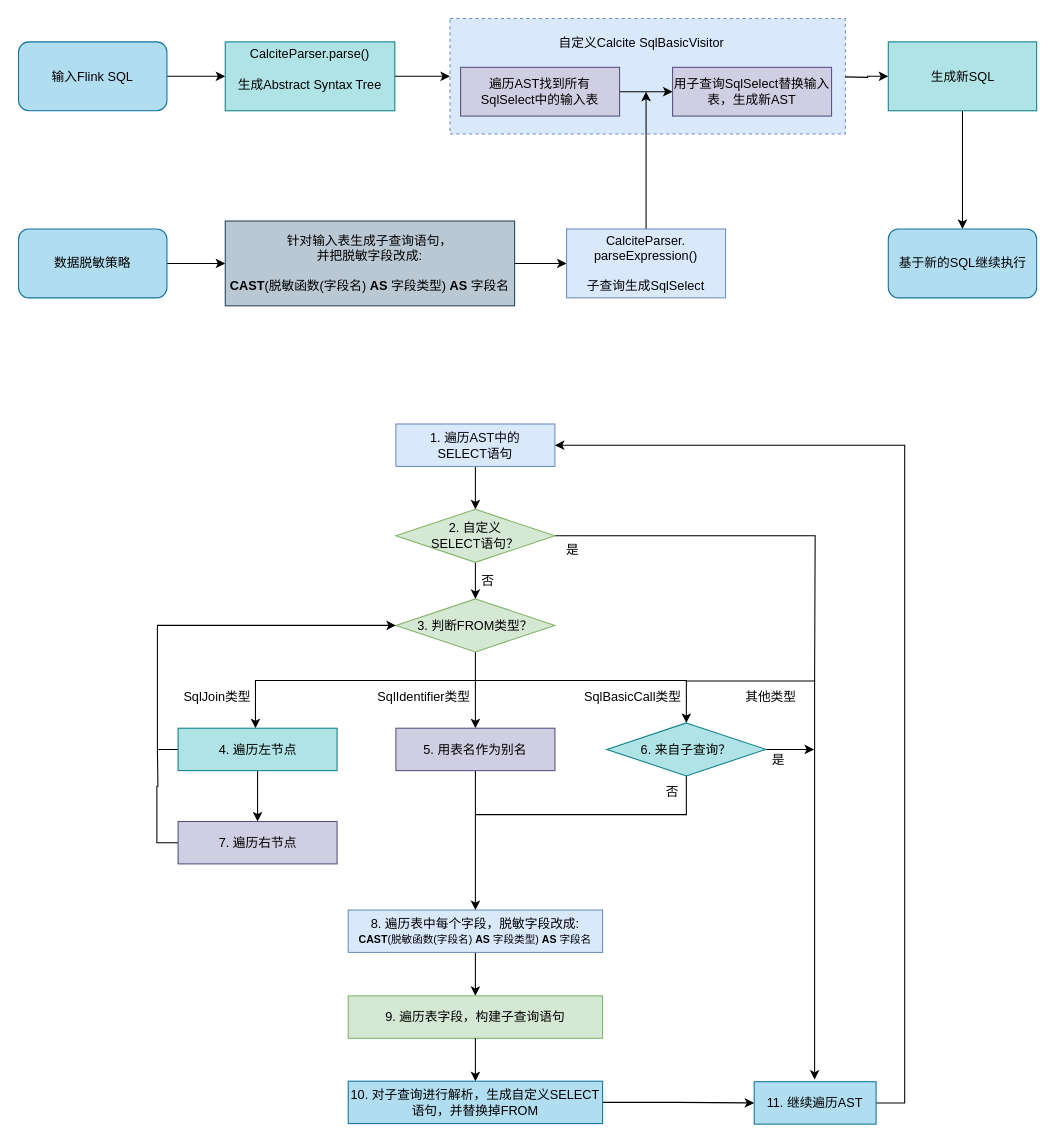
Above: page "Data Masking" (3 of 3) of docs/images/FlinkSQL security.drawio in HamaWhiteGG/flink-sql-security (draw.io), before the change. Source tidied: cells renumbered, new cells numbered last; positions are measured from the earlier drawing's top-left corner, leaving out a move shared by most shapes. Both pictures are drawn from the tidied source at 106%, with x=0, y=0 at pixel (18, 18).
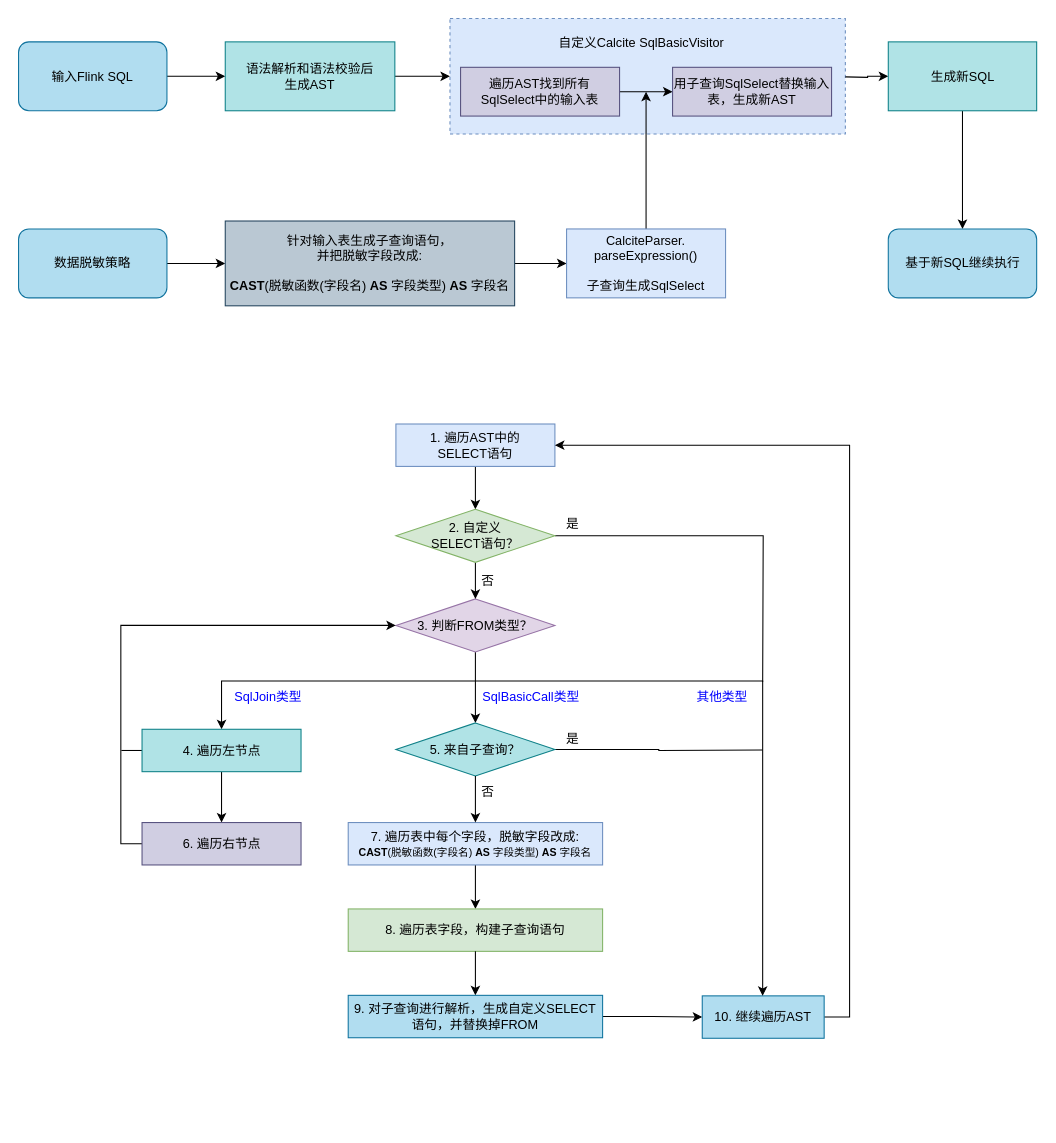
The same page after the edit.

Unchanged cells that the change refers to:
```xml
<mxCell id="47" value="1. 遍历AST中的&lt;br&gt;SELECT语句" style="rounded=0;whiteSpace=wrap;html=1;strokeWidth=1;align=center;fillColor=#dae8fc;strokeColor=#6c8ebf;" parent="1" vertex="1">
  <mxGeometry x="356" y="382.5" width="150" height="40" as="geometry" />
</mxCell>
<mxCell id="49" value="2. 自定义&lt;br&gt;SELECT语句？" style="strokeWidth=1;html=1;shape=mxgraph.flowchart.decision;whiteSpace=wrap;rounded=0;align=center;fillColor=#d5e8d4;strokeColor=#82b366;" parent="1" vertex="1">
  <mxGeometry x="356" y="463" width="150" height="50" as="geometry" />
</mxCell>
```

The edit, as a diff of the source:
```diff
@@
-    <mxCell id="7" value="&lt;span style=&quot;white-space: normal&quot;&gt;CalciteParser.&lt;/span&gt;&lt;span style=&quot;white-space: normal&quot;&gt;parse()&lt;br&gt;&lt;br&gt;&amp;nbsp; &amp;nbsp;生成&lt;/span&gt;Abstract Syntax Tree&lt;span style=&quot;white-space: normal&quot;&gt;&amp;nbsp; &amp;nbsp; &amp;nbsp; &amp;nbsp;&amp;nbsp;&lt;/span&gt;" style="rounded=0;whiteSpace=wrap;html=1;fillColor=#b0e3e6;strokeColor=#0e8088;align=center;" parent="1" vertex="1">
+    <mxCell id="7" value="语法解析和语法校验后&lt;br&gt;生成AST" style="rounded=0;whiteSpace=wrap;html=1;fillColor=#b0e3e6;strokeColor=#0e8088;align=center;" parent="1" vertex="1">
       <mxGeometry x="195" y="22" width="160" height="65" as="geometry" />
     </mxCell>
@@
-    <mxCell id="12" value="基于新的SQL继续执行" style="rounded=1;whiteSpace=wrap;html=1;fillColor=#b1ddf0;strokeColor=#10739e;" parent="1" vertex="1">
+    <mxCell id="12" value="基于新SQL继续执行" style="rounded=1;whiteSpace=wrap;html=1;fillColor=#b1ddf0;strokeColor=#10739e;" parent="1" vertex="1">
       <mxGeometry x="820.5" y="198.5" width="140" height="65" as="geometry" />
     </mxCell>
@@
-    <mxCell id="21" style="edgeStyle=orthogonalEdgeStyle;rounded=0;jettySize=auto;html=1;exitX=0.5;exitY=1;exitDx=0;exitDy=0;exitPerimeter=0;startArrow=none;startFill=0;endArrow=classic;endFill=1;entryX=0.5;entryY=0;entryDx=0;entryDy=0;" parent="1" edge="1" source="22" target="38">
+    <mxCell id="21" style="edgeStyle=orthogonalEdgeStyle;rounded=0;jettySize=auto;html=1;exitX=0.5;exitY=1;exitDx=0;exitDy=0;exitPerimeter=0;startArrow=none;startFill=0;endArrow=classic;endFill=1;entryX=0.5;entryY=0;entryDx=0;entryDy=0;entryPerimeter=0;" parent="1" edge="1" source="22" target="32">
       <mxGeometry relative="1" as="geometry" />
     </mxCell>
-    <mxCell id="22" value="3. 判断FROM类型？" style="strokeWidth=1;html=1;shape=mxgraph.flowchart.decision;whiteSpace=wrap;rounded=0;align=center;fillColor=#d5e8d4;strokeColor=#82b366;" parent="1" vertex="1">
+    <mxCell id="22" value="3. 判断FROM类型？" style="strokeWidth=1;html=1;shape=mxgraph.flowchart.decision;whiteSpace=wrap;rounded=0;align=center;fillColor=#e1d5e7;strokeColor=#9673a6;" parent="1" vertex="1">
       <mxGeometry x="356" y="547.5" width="150" height="50" as="geometry" />
     </mxCell>
-    <mxCell id="23" style="edgeStyle=orthogonalEdgeStyle;rounded=0;jettySize=auto;html=1;startArrow=none;startFill=0;endArrow=classic;endFill=1;entryX=0.5;entryY=0;entryDx=0;entryDy=0;entryPerimeter=0;" parent="1" edge="1" target="32">
-      <mxGeometry relative="1" as="geometry">
-        <mxPoint x="414.5" y="624.5" as="sourcePoint" />
-        <Array as="points">
-          <mxPoint x="629.5" y="624.5" />
-        </Array>
-      </mxGeometry>
-    </mxCell>
-    <mxCell id="24" style="edgeStyle=orthogonalEdgeStyle;rounded=0;jettySize=auto;html=1;startArrow=none;startFill=0;endArrow=classic;endFill=1;" parent="1" edge="1" target="27">
+    <mxCell id="24" style="edgeStyle=orthogonalEdgeStyle;rounded=0;jettySize=auto;html=1;startArrow=none;startFill=0;endArrow=classic;endFill=1;entryX=0.5;entryY=0;entryDx=0;entryDy=0;" parent="1" edge="1" target="27">
       <mxGeometry relative="1" as="geometry">
-        <mxPoint x="415.5" y="624.5" as="sourcePoint" />
+        <mxPoint x="431" y="625" as="sourcePoint" />
         <Array as="points">
-          <mxPoint x="223.5" y="624.5" />
+          <mxPoint x="192" y="625" />
         </Array>
       </mxGeometry>
     </mxCell>
@@
-    <mxCell id="26" style="edgeStyle=orthogonalEdgeStyle;rounded=0;jettySize=auto;html=1;exitX=0;exitY=0.5;exitDx=0;exitDy=0;entryX=0;entryY=0.5;entryDx=0;entryDy=0;entryPerimeter=0;startArrow=none;startFill=0;endArrow=classic;endFill=1;" parent="1" edge="1" source="27" target="22">
-      <mxGeometry relative="1" as="geometry">
-        <Array as="points">
-          <mxPoint x="131" y="690" />
-          <mxPoint x="131" y="573" />
-        </Array>
-      </mxGeometry>
-    </mxCell>
+    <mxCell id="57" style="edgeStyle=orthogonalEdgeStyle;rounded=0;jettySize=auto;html=1;exitX=0;exitY=0.5;exitDx=0;exitDy=0;endArrow=none;endFill=0;" parent="1" edge="1" source="27">
+      <mxGeometry relative="1" as="geometry">
+        <mxPoint x="97" y="691" as="targetPoint" />
+      </mxGeometry>
+    </mxCell>
     <mxCell id="27" value="4. 遍历左节点" style="rounded=0;whiteSpace=wrap;html=1;strokeWidth=1;align=center;fillColor=#b0e3e6;strokeColor=#0e8088;" parent="1" vertex="1">
-      <mxGeometry x="150.5" y="669.5" width="150" height="40" as="geometry" />
+      <mxGeometry x="116.5" y="670.5" width="150" height="40" as="geometry" />
     </mxCell>
-    <mxCell id="28" style="edgeStyle=orthogonalEdgeStyle;rounded=0;jettySize=auto;html=1;exitX=0;exitY=0.5;exitDx=0;exitDy=0;startArrow=none;startFill=0;endArrow=none;endFill=0;" parent="1" edge="1" source="29">
-      <mxGeometry relative="1" as="geometry">
-        <mxPoint x="131" y="690" as="targetPoint" />
-      </mxGeometry>
-    </mxCell>
+    <mxCell id="58" style="edgeStyle=orthogonalEdgeStyle;rounded=0;jettySize=auto;html=1;exitX=0;exitY=0.5;exitDx=0;exitDy=0;entryX=0;entryY=0.5;entryDx=0;entryDy=0;entryPerimeter=0;" parent="1" edge="1" source="29" target="22">
+      <mxGeometry relative="1" as="geometry" />
+    </mxCell>
-    <mxCell id="29" value="7. 遍历右节点" style="rounded=0;whiteSpace=wrap;html=1;strokeWidth=1;align=center;fillColor=#d0cee2;strokeColor=#56517e;" parent="1" vertex="1">
-      <mxGeometry x="150.5" y="757.5" width="150" height="40" as="geometry" />
+    <mxCell id="29" value="6. 遍历右节点" style="rounded=0;whiteSpace=wrap;html=1;strokeWidth=1;align=center;fillColor=#d0cee2;strokeColor=#56517e;" parent="1" vertex="1">
+      <mxGeometry x="116.5" y="758.5" width="150" height="40" as="geometry" />
     </mxCell>
-    <mxCell id="30" style="edgeStyle=orthogonalEdgeStyle;rounded=0;jettySize=auto;html=1;exitX=0.5;exitY=1;exitDx=0;exitDy=0;exitPerimeter=0;startArrow=none;startFill=0;endArrow=none;endFill=0;" parent="1" edge="1" source="32">
-      <mxGeometry relative="1" as="geometry">
-        <mxPoint x="431" y="751" as="targetPoint" />
-        <Array as="points">
-          <mxPoint x="630" y="751" />
-        </Array>
-      </mxGeometry>
-    </mxCell>
-    <mxCell id="31" style="edgeStyle=orthogonalEdgeStyle;rounded=0;jettySize=auto;html=1;exitX=1;exitY=0.5;exitDx=0;exitDy=0;exitPerimeter=0;" parent="1" edge="1" source="32">
+    <mxCell id="31" style="edgeStyle=orthogonalEdgeStyle;rounded=0;jettySize=auto;html=1;exitX=1;exitY=0.5;exitDx=0;exitDy=0;exitPerimeter=0;endArrow=none;endFill=0;" parent="1" edge="1" source="32">
       <mxGeometry relative="1" as="geometry">
-        <mxPoint x="750.5" y="689.5" as="targetPoint" />
+        <mxPoint x="702" y="690" as="targetPoint" />
       </mxGeometry>
     </mxCell>
-    <mxCell id="32" value="6. 来自子查询？" style="strokeWidth=1;html=1;shape=mxgraph.flowchart.decision;whiteSpace=wrap;rounded=0;align=center;fillColor=#b0e3e6;strokeColor=#0e8088;" parent="1" vertex="1">
-      <mxGeometry x="555" y="664.5" width="150" height="50" as="geometry" />
+    <mxCell id="32" value="5. 来自子查询？" style="strokeWidth=1;html=1;shape=mxgraph.flowchart.decision;whiteSpace=wrap;rounded=0;align=center;fillColor=#b0e3e6;strokeColor=#0e8088;" parent="1" vertex="1">
+      <mxGeometry x="356" y="664.5" width="150" height="50" as="geometry" />
     </mxCell>
@@
-    <mxCell id="34" value="8. 遍历表中每个字段，脱敏字段改成:&lt;br&gt;&lt;font style=&quot;font-size: 10px&quot;&gt;&lt;b&gt;CAST&lt;/b&gt;(脱敏函数(字段名)&amp;nbsp;&lt;b&gt;AS&lt;/b&gt;&amp;nbsp;字段类型)&amp;nbsp;&lt;b&gt;AS&lt;/b&gt;&amp;nbsp;字段名&lt;/font&gt;" style="rounded=0;whiteSpace=wrap;html=1;strokeWidth=1;align=center;fillColor=#dae8fc;strokeColor=#6c8ebf;flipV=0;flipH=1;" parent="1" vertex="1">
-      <mxGeometry x="311" y="841" width="240" height="40" as="geometry" />
+    <mxCell id="34" value="7. 遍历表中每个字段，脱敏字段改成:&lt;br&gt;&lt;font style=&quot;font-size: 10px&quot;&gt;&lt;b&gt;CAST&lt;/b&gt;(脱敏函数(字段名)&amp;nbsp;&lt;b&gt;AS&lt;/b&gt;&amp;nbsp;字段类型)&amp;nbsp;&lt;b&gt;AS&lt;/b&gt;&amp;nbsp;字段名&lt;/font&gt;" style="rounded=0;whiteSpace=wrap;html=1;strokeWidth=1;align=center;fillColor=#dae8fc;strokeColor=#6c8ebf;flipV=0;flipH=1;" parent="1" vertex="1">
+      <mxGeometry x="311" y="758.5" width="240" height="40" as="geometry" />
     </mxCell>
     <mxCell id="35" value="是" style="text;html=1;align=left;verticalAlign=top;spacingTop=-4;" parent="1" vertex="1">
-      <mxGeometry x="709" y="689.5" width="22" height="14" as="geometry" />
+      <mxGeometry x="515" y="669.5" width="22" height="14" as="geometry" />
     </mxCell>
@@
-    <mxCell id="37" style="edgeStyle=orthogonalEdgeStyle;rounded=0;jettySize=auto;html=1;exitX=0.5;exitY=1;exitDx=0;exitDy=0;entryX=0.5;entryY=0;entryDx=0;entryDy=0;startArrow=none;startFill=0;endArrow=classic;endFill=1;" parent="1" edge="1" source="38" target="34">
+    <mxCell id="37" style="edgeStyle=orthogonalEdgeStyle;rounded=0;jettySize=auto;html=1;entryX=0.5;entryY=0;entryDx=0;entryDy=0;startArrow=none;startFill=0;endArrow=classic;endFill=1;" parent="1" edge="1" source="32" target="34">
       <mxGeometry relative="1" as="geometry" />
     </mxCell>
-    <mxCell id="38" value="5. 用表名作为别名" style="rounded=0;whiteSpace=wrap;html=1;strokeWidth=1;align=center;fillColor=#d0cee2;strokeColor=#56517e;" parent="1" vertex="1">
-      <mxGeometry x="356" y="669.5" width="150" height="40" as="geometry" />
-    </mxCell>
-    <mxCell id="39" value="9. 遍历表字段，构建子查询语句" style="rounded=0;whiteSpace=wrap;html=1;strokeWidth=1;align=center;fillColor=#d5e8d4;strokeColor=#82b366;flipV=0;flipH=1;" parent="1" vertex="1">
-      <mxGeometry x="311" y="922" width="240" height="40" as="geometry" />
+    <mxCell id="39" value="8. 遍历表字段，构建子查询语句" style="rounded=0;whiteSpace=wrap;html=1;strokeWidth=1;align=center;fillColor=#d5e8d4;strokeColor=#82b366;flipV=0;flipH=1;" parent="1" vertex="1">
+      <mxGeometry x="311" y="840" width="240" height="40" as="geometry" />
     </mxCell>
@@
-    <mxCell id="42" value="10. 对子查询进行解析，生成自定义SELECT语句，并替换掉FROM" style="rounded=0;whiteSpace=wrap;html=1;strokeWidth=1;align=center;fillColor=#b1ddf0;strokeColor=#10739e;flipV=0;flipH=1;" parent="1" vertex="1">
-      <mxGeometry x="311" y="1002.5" width="240" height="40" as="geometry" />
+    <mxCell id="42" value="9. 对子查询进行解析，生成自定义SELECT语句，并替换掉FROM" style="rounded=0;whiteSpace=wrap;html=1;strokeWidth=1;align=center;fillColor=#b1ddf0;strokeColor=#10739e;flipV=0;flipH=1;" parent="1" vertex="1">
+      <mxGeometry x="311" y="921.5" width="240" height="40" as="geometry" />
     </mxCell>
-    <mxCell id="43" value="其他类型" style="text;html=1;align=left;verticalAlign=top;spacingTop=-4;" parent="1" vertex="1">
-      <mxGeometry x="683.5" y="629.5" width="58" height="14" as="geometry" />
+    <mxCell id="43" value="其他类型" style="text;html=1;align=left;verticalAlign=top;spacingTop=-4;fontColor=#0000FF;" parent="1" vertex="1">
+      <mxGeometry x="638" y="629.5" width="58" height="14" as="geometry" />
     </mxCell>
-    <mxCell id="44" value="SqlJoin类型" style="text;html=1;align=left;verticalAlign=top;spacingTop=-4;" parent="1" vertex="1">
-      <mxGeometry x="153.5" y="629.5" width="73" height="14" as="geometry" />
+    <mxCell id="44" value="SqlJoin类型" style="text;html=1;align=left;verticalAlign=top;spacingTop=-4;fontColor=#0000FF;" parent="1" vertex="1">
+      <mxGeometry x="202" y="629.5" width="73" height="14" as="geometry" />
     </mxCell>
     <mxCell id="45" value="否" style="text;html=1;align=left;verticalAlign=top;spacingTop=-4;" parent="1" vertex="1">
-      <mxGeometry x="609" y="719.5" width="22" height="14" as="geometry" />
+      <mxGeometry x="435" y="719.5" width="22" height="14" as="geometry" />
     </mxCell>
@@
     <mxCell id="48" style="edgeStyle=orthogonalEdgeStyle;rounded=0;jettySize=auto;html=1;exitX=1;exitY=0.5;exitDx=0;exitDy=0;exitPerimeter=0;endArrow=none;endFill=0;" parent="1" edge="1" source="49">
       <mxGeometry relative="1" as="geometry">
-        <mxPoint x="751" y="626" as="targetPoint" />
+        <mxPoint x="702" y="626" as="targetPoint" />
       </mxGeometry>
     </mxCell>
@@
     <mxCell id="51" style="edgeStyle=orthogonalEdgeStyle;rounded=0;jettySize=auto;html=1;exitX=1;exitY=0.5;exitDx=0;exitDy=0;entryX=1;entryY=0.5;entryDx=0;entryDy=0;" parent="1" edge="1" source="52" target="47">
       <mxGeometry relative="1" as="geometry">
         <Array as="points">
-          <mxPoint x="836" y="1023" />
-          <mxPoint x="836" y="403" />
+          <mxPoint x="784" y="942" />
+          <mxPoint x="784" y="403" />
         </Array>
       </mxGeometry>
     </mxCell>
-    <mxCell id="52" value="11. 继续遍历AST" style="rounded=0;whiteSpace=wrap;html=1;strokeWidth=1;align=center;fillColor=#b1ddf0;strokeColor=#10739e;" parent="1" vertex="1">
-      <mxGeometry x="694" y="1003" width="115" height="40" as="geometry" />
+    <mxCell id="52" value="10. 继续遍历AST" style="rounded=0;whiteSpace=wrap;html=1;strokeWidth=1;align=center;fillColor=#b1ddf0;strokeColor=#10739e;" parent="1" vertex="1">
+      <mxGeometry x="645" y="922" width="115" height="40" as="geometry" />
     </mxCell>
-    <mxCell id="53" style="edgeStyle=orthogonalEdgeStyle;rounded=0;orthogonalLoop=1;jettySize=auto;html=1;startArrow=none;startFill=0;endArrow=classic;endFill=1;" parent="1" edge="1">
+    <mxCell id="53" style="edgeStyle=orthogonalEdgeStyle;rounded=0;jettySize=auto;html=1;startArrow=none;startFill=0;endArrow=classic;endFill=1;" parent="1" edge="1" target="52">
       <mxGeometry relative="1" as="geometry">
-        <mxPoint x="630" y="625" as="sourcePoint" />
-        <mxPoint x="751" y="1001" as="targetPoint" />
+        <mxPoint x="431" y="625" as="sourcePoint" />
         <Array as="points">
-          <mxPoint x="751" y="625" />
+          <mxPoint x="702" y="625" />
         </Array>
       </mxGeometry>
     </mxCell>
     <mxCell id="54" value="是" style="text;html=1;align=left;verticalAlign=top;spacingTop=-4;" parent="1" vertex="1">
-      <mxGeometry x="515" y="492" width="22" height="14" as="geometry" />
+      <mxGeometry x="515" y="467" width="22" height="14" as="geometry" />
     </mxCell>
-    <mxCell id="55" value="SqlIdentifier类型" style="text;html=1;align=left;verticalAlign=top;spacingTop=-4;" parent="1" vertex="1">
-      <mxGeometry x="336.5" y="629.5" width="97" height="14" as="geometry" />
-    </mxCell>
-    <mxCell id="56" value="SqlBasicCall类型" style="text;html=1;align=left;verticalAlign=top;spacingTop=-4;" parent="1" vertex="1">
-      <mxGeometry x="531.5" y="629.5" width="101" height="14" as="geometry" />
+    <mxCell id="56" value="SqlBasicCall类型" style="text;html=1;align=left;verticalAlign=top;spacingTop=-4;fontColor=#0000FF;" parent="1" vertex="1">
+      <mxGeometry x="436" y="629.5" width="101" height="14" as="geometry" />
     </mxCell>
```
